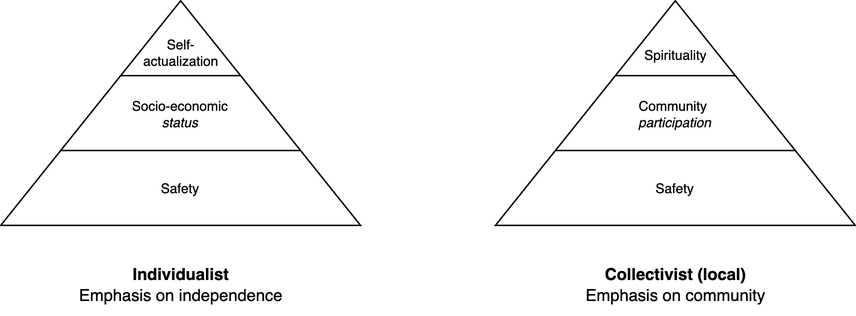
Above: img/desire.png in voschezang/coding-handbook (draw.io), before the change. Source tidied: cells renumbered, new cells last; positions are measured from the earlier drawing's top-left corner, leaving out a move shared by most shapes. The source it was exported from:
```xml
<mxGraphModel>
  <root>
    <mxCell id="0" />
    <mxCell id="1" parent="0" />
    <mxCell id="2" value="&lt;span style=&quot;text-wrap: nowrap;&quot;&gt;&lt;font style=&quot;font-size: 9px;&quot;&gt;Safety&lt;/font&gt;&lt;/span&gt;" style="shape=trapezoid;perimeter=trapezoidPerimeter;whiteSpace=wrap;html=1;fixedSize=1;size=40;" parent="1" vertex="1">
      <mxGeometry y="100" width="240" height="50" as="geometry" />
    </mxCell>
    <mxCell id="3" value="&lt;span style=&quot;text-wrap: nowrap; font-size: 9px;&quot;&gt;&lt;font style=&quot;font-size: 9px;&quot;&gt;Socio-economic&lt;/font&gt;&lt;/span&gt;&lt;div style=&quot;font-size: 9px;&quot;&gt;&lt;span style=&quot;text-wrap: nowrap;&quot;&gt;&lt;font style=&quot;font-size: 9px;&quot;&gt;&lt;i&gt;status&lt;/i&gt;&lt;/font&gt;&lt;/span&gt;&lt;/div&gt;" style="shape=trapezoid;perimeter=trapezoidPerimeter;whiteSpace=wrap;html=1;fixedSize=1;size=40;" parent="1" vertex="1">
      <mxGeometry x="40" y="50" width="160" height="50" as="geometry" />
    </mxCell>
    <mxCell id="4" style="shape=trapezoid;perimeter=trapezoidPerimeter;whiteSpace=wrap;html=1;fixedSize=1;size=40;" parent="1" vertex="1">
      <mxGeometry x="80" width="80" height="50" as="geometry" />
    </mxCell>
    <mxCell id="5" value="&lt;font style=&quot;font-size: 9px;&quot;&gt;Self-&lt;/font&gt;&lt;div style=&quot;font-size: 9px;&quot;&gt;&lt;font style=&quot;font-size: 9px;&quot;&gt;actualization&lt;/font&gt;&lt;/div&gt;" style="text;html=1;align=center;verticalAlign=middle;strokeColor=none;fillColor=none;" parent="1" vertex="1">
      <mxGeometry x="85" y="14" width="70" height="40" as="geometry" />
    </mxCell>
    <mxCell id="6" value="&lt;span style=&quot;text-wrap: nowrap;&quot;&gt;&lt;font style=&quot;font-size: 9px;&quot;&gt;Safety&lt;/font&gt;&lt;/span&gt;" style="shape=trapezoid;perimeter=trapezoidPerimeter;whiteSpace=wrap;html=1;fixedSize=1;size=40;" parent="1" vertex="1">
      <mxGeometry x="330" y="100" width="240" height="50" as="geometry" />
    </mxCell>
    <mxCell id="7" value="&lt;span style=&quot;text-wrap: nowrap; font-size: 9px;&quot;&gt;&lt;font style=&quot;font-size: 9px;&quot;&gt;Community&amp;nbsp;&lt;/font&gt;&lt;/span&gt;&lt;div style=&quot;font-size: 9px;&quot;&gt;&lt;span style=&quot;text-wrap: nowrap;&quot;&gt;&lt;font style=&quot;font-size: 9px;&quot;&gt;&lt;i style=&quot;&quot;&gt;participation&lt;/i&gt;&lt;/font&gt;&lt;/span&gt;&lt;br&gt;&lt;/div&gt;" style="shape=trapezoid;perimeter=trapezoidPerimeter;whiteSpace=wrap;html=1;fixedSize=1;size=40;" parent="1" vertex="1">
      <mxGeometry x="370" y="50" width="160" height="50" as="geometry" />
    </mxCell>
    <mxCell id="8" style="shape=trapezoid;perimeter=trapezoidPerimeter;whiteSpace=wrap;html=1;fixedSize=1;size=40;" parent="1" vertex="1">
      <mxGeometry x="410" width="80" height="50" as="geometry" />
    </mxCell>
    <mxCell id="9" value="&lt;font style=&quot;font-size: 9px;&quot;&gt;Spirituality&lt;/font&gt;" style="text;html=1;align=center;verticalAlign=middle;strokeColor=none;fillColor=none;" parent="1" vertex="1">
      <mxGeometry x="415" y="21" width="70" height="30" as="geometry" />
    </mxCell>
    <mxCell id="10" value="&lt;div style=&quot;font-size: 11px;&quot;&gt;&lt;b style=&quot;font-size: 11px;&quot;&gt;Individualist&lt;/b&gt;&lt;/div&gt;Emphasis on independence" style="text;html=1;align=center;verticalAlign=middle;strokeColor=none;fillColor=none;fontSize=11;" parent="1" vertex="1">
      <mxGeometry x="40" y="170" width="160" height="40" as="geometry" />
    </mxCell>
    <mxCell id="11" value="&lt;div style=&quot;font-size: 11px;&quot;&gt;&lt;b style=&quot;font-size: 11px;&quot;&gt;Collectivist (local)&lt;/b&gt;&lt;/div&gt;Emphasis on community" style="text;html=1;align=center;verticalAlign=middle;strokeColor=none;fillColor=none;fontSize=11;" parent="1" vertex="1">
      <mxGeometry x="380" y="170" width="140" height="40" as="geometry" />
    </mxCell>
  </root>
</mxGraphModel>
```
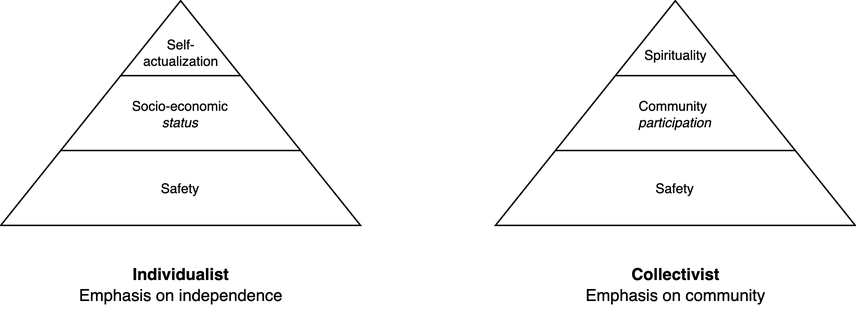
After the change.

What changed in the source:
```diff
@@ -29,7 +29,7 @@
     <mxCell id="10" value="&lt;div style=&quot;font-size: 11px;&quot;&gt;&lt;b style=&quot;font-size: 11px;&quot;&gt;Individualist&lt;/b&gt;&lt;/div&gt;Emphasis on independence" style="text;html=1;align=center;verticalAlign=middle;strokeColor=none;fillColor=none;fontSize=11;" parent="1" vertex="1">
       <mxGeometry x="40" y="170" width="160" height="40" as="geometry" />
     </mxCell>
-    <mxCell id="11" value="&lt;div style=&quot;font-size: 11px;&quot;&gt;&lt;b style=&quot;font-size: 11px;&quot;&gt;Collectivist (local)&lt;/b&gt;&lt;/div&gt;Emphasis on community" style="text;html=1;align=center;verticalAlign=middle;strokeColor=none;fillColor=none;fontSize=11;" parent="1" vertex="1">
+    <mxCell id="11" value="&lt;div style=&quot;font-size: 11px;&quot;&gt;&lt;b style=&quot;font-size: 11px;&quot;&gt;Collectivist&lt;/b&gt;&lt;/div&gt;Emphasis on community" style="text;html=1;align=center;verticalAlign=middle;strokeColor=none;fillColor=none;fontSize=11;" parent="1" vertex="1">
       <mxGeometry x="380" y="170" width="140" height="40" as="geometry" />
     </mxCell>
   </root>
```
